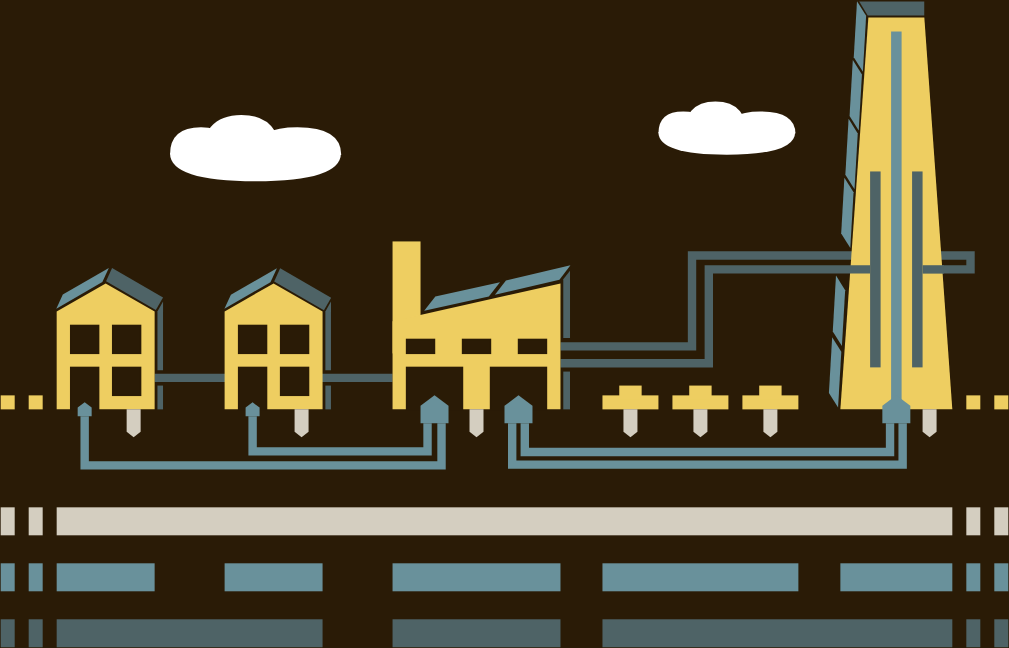
Earlier version of the draw.io export channel/diagrams/clipart/blueprints-houses-skyscrapers.drawio.svg (software-engineering-at-home/content). Source tidied: cells renumbered, new cells last; positions are measured from the earlier drawing's top-left corner, leaving out a move shared by most shapes.
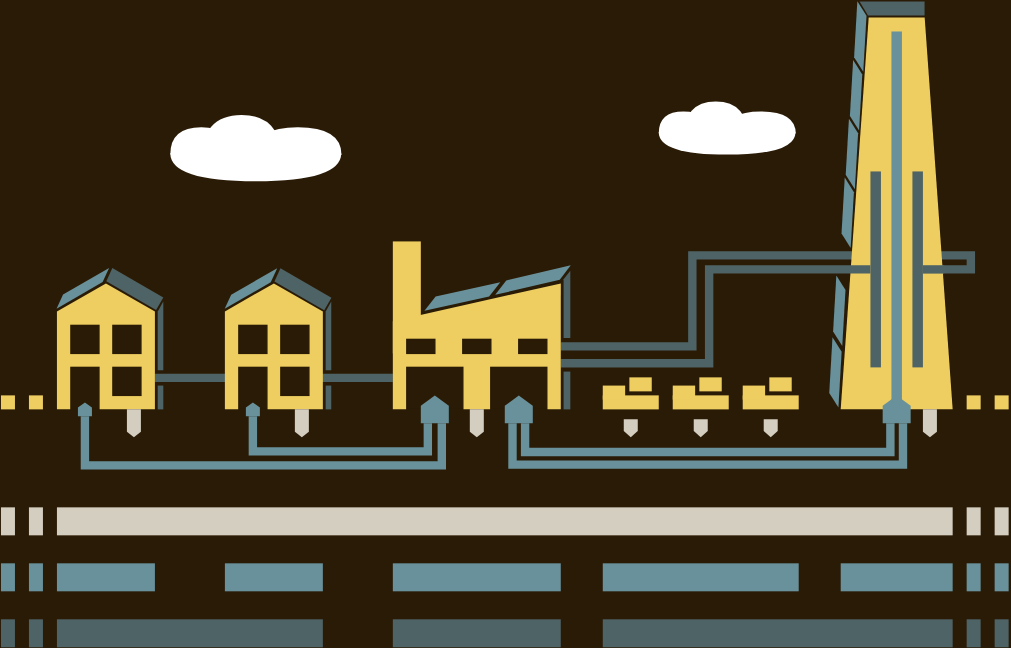
Above is the later version.

Commit message:
Make the concrete furniture look less like tombstones

Change to the diagram source:
```diff
@@ -314,22 +314,31 @@
       <mxGeometry x="232" y="293" width="4" height="17" as="geometry" />
     </mxCell>
     <mxCell id="96" style="rounded=0;whiteSpace=wrap;html=1;strokeWidth=1;strokeColor=none;fillColor=#EECE61;" parent="1" vertex="1">
-      <mxGeometry x="442" y="293" width="16" height="10" as="geometry" />
+      <mxGeometry x="430" y="293" width="16" height="10" as="geometry" />
     </mxCell>
     <mxCell id="97" style="rounded=0;whiteSpace=wrap;html=1;strokeWidth=1;strokeColor=none;fillColor=#EECE61;" parent="1" vertex="1">
-      <mxGeometry x="492" y="293" width="16" height="10" as="geometry" />
+      <mxGeometry x="480" y="293" width="16" height="10" as="geometry" />
     </mxCell>
     <mxCell id="98" style="rounded=0;whiteSpace=wrap;html=1;strokeWidth=1;strokeColor=none;fillColor=#EECE61;" parent="1" vertex="1">
-      <mxGeometry x="542" y="293" width="16" height="10" as="geometry" />
+      <mxGeometry x="530" y="293" width="16" height="10" as="geometry" />
     </mxCell>
-    <mxCell id="99" style="shape=offPageConnector;whiteSpace=wrap;html=1;strokeWidth=1;size=0.2;strokeColor=none;fillColor=#D4CEC0;" parent="1" vertex="1">
-      <mxGeometry x="445" y="310" width="10" height="20" as="geometry" />
+    <mxCell id="99" style="shape=offPageConnector;whiteSpace=wrap;html=1;strokeWidth=1;size=0.3434704830053673;strokeColor=none;fillColor=#D4CEC0;" parent="1" vertex="1">
+      <mxGeometry x="445" y="317" width="10" height="13" as="geometry" />
     </mxCell>
-    <mxCell id="100" style="shape=offPageConnector;whiteSpace=wrap;html=1;strokeWidth=1;size=0.2;strokeColor=none;fillColor=#D4CEC0;" parent="1" vertex="1">
-      <mxGeometry x="495" y="310" width="10" height="20" as="geometry" />
-    </mxCell>
-    <mxCell id="101" style="shape=offPageConnector;whiteSpace=wrap;html=1;strokeWidth=1;size=0.2;strokeColor=none;fillColor=#D4CEC0;" parent="1" vertex="1">
-      <mxGeometry x="545" y="310" width="10" height="20" as="geometry" />
-    </mxCell>
+    <mxCell id="102" style="rounded=0;whiteSpace=wrap;html=1;strokeWidth=1;strokeColor=none;fillColor=#EECE61;" parent="1" vertex="1">
+      <mxGeometry x="449" y="287.1" width="16" height="10" as="geometry" />
+    </mxCell>
+    <mxCell id="103" style="rounded=0;whiteSpace=wrap;html=1;strokeWidth=1;strokeColor=none;fillColor=#EECE61;" parent="1" vertex="1">
+      <mxGeometry x="499" y="287.1" width="16" height="10" as="geometry" />
+    </mxCell>
+    <mxCell id="104" style="rounded=0;whiteSpace=wrap;html=1;strokeWidth=1;strokeColor=none;fillColor=#EECE61;" parent="1" vertex="1">
+      <mxGeometry x="549" y="287.1" width="16" height="10" as="geometry" />
+    </mxCell>
+    <mxCell id="105" style="shape=offPageConnector;whiteSpace=wrap;html=1;strokeWidth=1;size=0.3434704830053673;strokeColor=none;fillColor=#D4CEC0;" parent="1" vertex="1">
+      <mxGeometry x="495" y="317" width="10" height="13" as="geometry" />
+    </mxCell>
+    <mxCell id="106" style="shape=offPageConnector;whiteSpace=wrap;html=1;strokeWidth=1;size=0.3434704830053673;strokeColor=none;fillColor=#D4CEC0;" parent="1" vertex="1">
+      <mxGeometry x="545" y="317" width="10" height="13" as="geometry" />
+    </mxCell>
   </root>
 </mxGraphModel>
```
